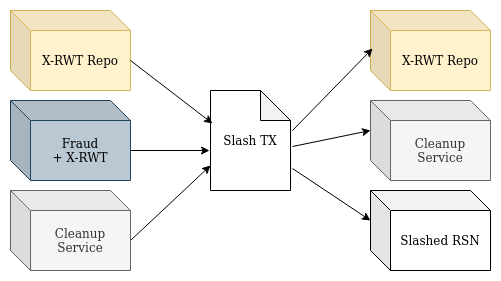
Before: images/Slash.png, a diagram exported from draw.io (rosen-bridge/contract). Source tidied: cells renumbered, new cells last; positions are measured from the earlier drawing's top-left corner, leaving out a move shared by most shapes. Source of this version:
```xml
<mxGraphModel>
  <root>
    <mxCell id="0" />
    <mxCell id="1" parent="0" />
    <mxCell id="2" value="&lt;div&gt;X-RWT Repo&lt;/div&gt;" style="shape=cube;whiteSpace=wrap;html=1;boundedLbl=1;backgroundOutline=1;darkOpacity=0.05;darkOpacity2=0.1;fillColor=#fff2cc;strokeColor=#d6b656;" parent="1" vertex="1">
      <mxGeometry width="120" height="80" as="geometry" />
    </mxCell>
    <mxCell id="3" value="&lt;div&gt;X-RWT Repo&lt;/div&gt;" style="shape=cube;whiteSpace=wrap;html=1;boundedLbl=1;backgroundOutline=1;darkOpacity=0.05;darkOpacity2=0.1;fillColor=#fff2cc;strokeColor=#d6b656;" parent="1" vertex="1">
      <mxGeometry x="360" width="120" height="80" as="geometry" />
    </mxCell>
    <mxCell id="4" value="Slash TX" style="shape=note;whiteSpace=wrap;html=1;backgroundOutline=1;darkOpacity=0.05;" parent="1" vertex="1">
      <mxGeometry x="200" y="80" width="80" height="100" as="geometry" />
    </mxCell>
    <mxCell id="5" style="endArrow=classic;html=1;rounded=0;exitX=0;exitY=0;exitDx=120;exitDy=50;exitPerimeter=0;entryX=0.025;entryY=0.33;entryDx=0;entryDy=0;entryPerimeter=0;" parent="1" edge="1" source="2" target="4">
      <mxGeometry relative="1" as="geometry" />
    </mxCell>
    <mxCell id="6" style="endArrow=classic;html=1;rounded=0;exitX=0;exitY=0;exitDx=120;exitDy=50;exitPerimeter=0;entryX=-0.012;entryY=0.6;entryDx=0;entryDy=0;entryPerimeter=0;" parent="1" edge="1" target="4">
      <mxGeometry relative="1" as="geometry">
        <mxPoint x="120" y="140" as="sourcePoint" />
      </mxGeometry>
    </mxCell>
    <mxCell id="7" style="endArrow=classic;html=1;rounded=0;exitX=0;exitY=0;exitDx=120;exitDy=50;exitPerimeter=0;entryX=0;entryY=0.75;entryDx=0;entryDy=0;entryPerimeter=0;" parent="1" edge="1" target="4">
      <mxGeometry relative="1" as="geometry">
        <mxPoint x="120" y="230" as="sourcePoint" />
      </mxGeometry>
    </mxCell>
    <mxCell id="8" style="endArrow=classic;html=1;rounded=0;exitX=1.025;exitY=0.4;exitDx=0;exitDy=0;exitPerimeter=0;entryX=0.017;entryY=0.475;entryDx=0;entryDy=0;entryPerimeter=0;" parent="1" edge="1" source="4" target="3">
      <mxGeometry relative="1" as="geometry" />
    </mxCell>
    <mxCell id="9" style="endArrow=classic;html=1;rounded=0;exitX=1.025;exitY=0.56;exitDx=0;exitDy=0;exitPerimeter=0;entryX=0;entryY=0;entryDx=0;entryDy=30;entryPerimeter=0;" parent="1" edge="1" source="4" target="11">
      <mxGeometry relative="1" as="geometry" />
    </mxCell>
    <mxCell id="10" value="&lt;div&gt;Cleanup Service&lt;br&gt;&lt;/div&gt;" style="shape=cube;whiteSpace=wrap;html=1;boundedLbl=1;backgroundOutline=1;darkOpacity=0.05;darkOpacity2=0.1;fillColor=#f5f5f5;strokeColor=#666666;fontColor=#333333;" parent="1" vertex="1">
      <mxGeometry y="180" width="120" height="80" as="geometry" />
    </mxCell>
    <mxCell id="11" value="&lt;div&gt;Cleanup Service&lt;br&gt;&lt;/div&gt;" style="shape=cube;whiteSpace=wrap;html=1;boundedLbl=1;backgroundOutline=1;darkOpacity=0.05;darkOpacity2=0.1;fillColor=#f5f5f5;strokeColor=#666666;fontColor=#333333;" parent="1" vertex="1">
      <mxGeometry x="360" y="90" width="120" height="80" as="geometry" />
    </mxCell>
    <mxCell id="12" value="&lt;div&gt;Fraud&lt;/div&gt;&lt;div&gt;+ X-RWT&lt;br&gt;&lt;/div&gt;" style="shape=cube;whiteSpace=wrap;html=1;boundedLbl=1;backgroundOutline=1;darkOpacity=0.05;darkOpacity2=0.1;fillColor=#bac8d3;strokeColor=#23445d;" parent="1" vertex="1">
      <mxGeometry y="90" width="120" height="80" as="geometry" />
    </mxCell>
    <mxCell id="13" value="&lt;div&gt;Slashed RSN&lt;br&gt;&lt;/div&gt;" style="shape=cube;whiteSpace=wrap;html=1;boundedLbl=1;backgroundOutline=1;darkOpacity=0.05;darkOpacity2=0.1;" parent="1" vertex="1">
      <mxGeometry x="360" y="180" width="120" height="80" as="geometry" />
    </mxCell>
    <mxCell id="14" style="endArrow=classic;html=1;rounded=0;exitX=1.025;exitY=0.78;exitDx=0;exitDy=0;exitPerimeter=0;entryX=0;entryY=0;entryDx=0;entryDy=30;entryPerimeter=0;" parent="1" edge="1" source="4" target="13">
      <mxGeometry relative="1" as="geometry" />
    </mxCell>
  </root>
</mxGraphModel>
```
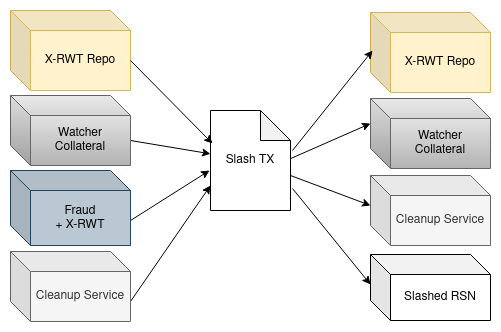
The same file after the commit.

The edit, as a diff of the source:
```diff
@@ -3,47 +3,55 @@
     <mxCell id="0" />
     <mxCell id="1" parent="0" />
     <mxCell id="2" value="&lt;div&gt;X-RWT Repo&lt;/div&gt;" style="shape=cube;whiteSpace=wrap;html=1;boundedLbl=1;backgroundOutline=1;darkOpacity=0.05;darkOpacity2=0.1;fillColor=#fff2cc;strokeColor=#d6b656;" parent="1" vertex="1">
-      <mxGeometry width="120" height="80" as="geometry" />
+      <mxGeometry y="-20" width="120" height="80" as="geometry" />
     </mxCell>
     <mxCell id="3" value="&lt;div&gt;X-RWT Repo&lt;/div&gt;" style="shape=cube;whiteSpace=wrap;html=1;boundedLbl=1;backgroundOutline=1;darkOpacity=0.05;darkOpacity2=0.1;fillColor=#fff2cc;strokeColor=#d6b656;" parent="1" vertex="1">
-      <mxGeometry x="360" width="120" height="80" as="geometry" />
+      <mxGeometry x="360" y="-18" width="120" height="80" as="geometry" />
     </mxCell>
-    <mxCell id="4" value="Slash TX" style="shape=note;whiteSpace=wrap;html=1;backgroundOutline=1;darkOpacity=0.05;" parent="1" vertex="1">
-      <mxGeometry x="200" y="80" width="80" height="100" as="geometry" />
+    <mxCell id="4" style="rounded=0;jettySize=auto;html=1;exitX=0.975;exitY=0.49;exitDx=0;exitDy=0;exitPerimeter=0;entryX=0;entryY=0;entryDx=0;entryDy=25;entryPerimeter=0;" parent="1" edge="1" source="5" target="18">
+      <mxGeometry relative="1" as="geometry" />
     </mxCell>
-    <mxCell id="5" style="endArrow=classic;html=1;rounded=0;exitX=0;exitY=0;exitDx=120;exitDy=50;exitPerimeter=0;entryX=0.025;entryY=0.33;entryDx=0;entryDy=0;entryPerimeter=0;" parent="1" edge="1" source="2" target="4">
-      <mxGeometry relative="1" as="geometry" />
+    <mxCell id="5" value="Slash TX" style="shape=note;whiteSpace=wrap;html=1;backgroundOutline=1;darkOpacity=0.05;" parent="1" vertex="1">
+      <mxGeometry x="200" y="80" width="80" height="100" as="geometry" />
     </mxCell>
-    <mxCell id="6" style="endArrow=classic;html=1;rounded=0;exitX=0;exitY=0;exitDx=120;exitDy=50;exitPerimeter=0;entryX=-0.012;entryY=0.6;entryDx=0;entryDy=0;entryPerimeter=0;" parent="1" edge="1" target="4">
-      <mxGeometry relative="1" as="geometry">
-        <mxPoint x="120" y="140" as="sourcePoint" />
-      </mxGeometry>
+    <mxCell id="6" style="endArrow=classic;html=1;rounded=0;exitX=0;exitY=0;exitDx=120;exitDy=50;exitPerimeter=0;entryX=0.025;entryY=0.33;entryDx=0;entryDy=0;entryPerimeter=0;" parent="1" edge="1" source="2" target="5">
+      <mxGeometry relative="1" as="geometry" />
     </mxCell>
-    <mxCell id="7" style="endArrow=classic;html=1;rounded=0;exitX=0;exitY=0;exitDx=120;exitDy=50;exitPerimeter=0;entryX=0;entryY=0.75;entryDx=0;entryDy=0;entryPerimeter=0;" parent="1" edge="1" target="4">
-      <mxGeometry relative="1" as="geometry">
-        <mxPoint x="120" y="230" as="sourcePoint" />
-      </mxGeometry>
+    <mxCell id="7" style="endArrow=classic;html=1;rounded=0;exitX=0;exitY=0;exitDx=120;exitDy=50;exitPerimeter=0;entryX=-0.012;entryY=0.6;entryDx=0;entryDy=0;entryPerimeter=0;" parent="1" edge="1" source="13" target="5">
+      <mxGeometry relative="1" as="geometry" />
     </mxCell>
-    <mxCell id="8" style="endArrow=classic;html=1;rounded=0;exitX=1.025;exitY=0.4;exitDx=0;exitDy=0;exitPerimeter=0;entryX=0.017;entryY=0.475;entryDx=0;entryDy=0;entryPerimeter=0;" parent="1" edge="1" source="4" target="3">
+    <mxCell id="8" style="endArrow=classic;html=1;rounded=0;exitX=0;exitY=0;exitDx=120;exitDy=50;exitPerimeter=0;entryX=0;entryY=0.75;entryDx=0;entryDy=0;entryPerimeter=0;" parent="1" edge="1" source="11" target="5">
       <mxGeometry relative="1" as="geometry" />
     </mxCell>
-    <mxCell id="9" style="endArrow=classic;html=1;rounded=0;exitX=1.025;exitY=0.56;exitDx=0;exitDy=0;exitPerimeter=0;entryX=0;entryY=0;entryDx=0;entryDy=30;entryPerimeter=0;" parent="1" edge="1" source="4" target="11">
+    <mxCell id="9" style="endArrow=classic;html=1;rounded=0;exitX=1.025;exitY=0.4;exitDx=0;exitDy=0;exitPerimeter=0;entryX=0.017;entryY=0.475;entryDx=0;entryDy=0;entryPerimeter=0;" parent="1" edge="1" source="5" target="3">
       <mxGeometry relative="1" as="geometry" />
     </mxCell>
-    <mxCell id="10" value="&lt;div&gt;Cleanup Service&lt;br&gt;&lt;/div&gt;" style="shape=cube;whiteSpace=wrap;html=1;boundedLbl=1;backgroundOutline=1;darkOpacity=0.05;darkOpacity2=0.1;fillColor=#f5f5f5;strokeColor=#666666;fontColor=#333333;" parent="1" vertex="1">
-      <mxGeometry y="180" width="120" height="80" as="geometry" />
+    <mxCell id="10" style="endArrow=classic;html=1;rounded=0;exitX=0;exitY=0;exitDx=80;exitDy=65;exitPerimeter=0;entryX=0;entryY=0;entryDx=0;entryDy=30;entryPerimeter=0;" parent="1" edge="1" source="5" target="12">
+      <mxGeometry relative="1" as="geometry" />
     </mxCell>
     <mxCell id="11" value="&lt;div&gt;Cleanup Service&lt;br&gt;&lt;/div&gt;" style="shape=cube;whiteSpace=wrap;html=1;boundedLbl=1;backgroundOutline=1;darkOpacity=0.05;darkOpacity2=0.1;fillColor=#f5f5f5;strokeColor=#666666;fontColor=#333333;" parent="1" vertex="1">
-      <mxGeometry x="360" y="90" width="120" height="80" as="geometry" />
+      <mxGeometry y="221" width="120" height="70" as="geometry" />
     </mxCell>
-    <mxCell id="12" value="&lt;div&gt;Fraud&lt;/div&gt;&lt;div&gt;+ X-RWT&lt;br&gt;&lt;/div&gt;" style="shape=cube;whiteSpace=wrap;html=1;boundedLbl=1;backgroundOutline=1;darkOpacity=0.05;darkOpacity2=0.1;fillColor=#bac8d3;strokeColor=#23445d;" parent="1" vertex="1">
-      <mxGeometry y="90" width="120" height="80" as="geometry" />
+    <mxCell id="12" value="&lt;div&gt;Cleanup Service&lt;br&gt;&lt;/div&gt;" style="shape=cube;whiteSpace=wrap;html=1;boundedLbl=1;backgroundOutline=1;darkOpacity=0.05;darkOpacity2=0.1;fillColor=#f5f5f5;strokeColor=#666666;fontColor=#333333;" parent="1" vertex="1">
+      <mxGeometry x="360" y="145" width="120" height="70" as="geometry" />
     </mxCell>
-    <mxCell id="13" value="&lt;div&gt;Slashed RSN&lt;br&gt;&lt;/div&gt;" style="shape=cube;whiteSpace=wrap;html=1;boundedLbl=1;backgroundOutline=1;darkOpacity=0.05;darkOpacity2=0.1;" parent="1" vertex="1">
-      <mxGeometry x="360" y="180" width="120" height="80" as="geometry" />
+    <mxCell id="13" value="&lt;div&gt;Fraud&lt;/div&gt;&lt;div&gt;+ X-RWT&lt;br&gt;&lt;/div&gt;" style="shape=cube;whiteSpace=wrap;html=1;boundedLbl=1;backgroundOutline=1;darkOpacity=0.05;darkOpacity2=0.1;fillColor=#bac8d3;strokeColor=#23445d;" parent="1" vertex="1">
+      <mxGeometry y="140" width="120" height="75" as="geometry" />
     </mxCell>
-    <mxCell id="14" style="endArrow=classic;html=1;rounded=0;exitX=1.025;exitY=0.78;exitDx=0;exitDy=0;exitPerimeter=0;entryX=0;entryY=0;entryDx=0;entryDy=30;entryPerimeter=0;" parent="1" edge="1" source="4" target="13">
-      <mxGeometry relative="1" as="geometry" />
+    <mxCell id="14" value="&lt;div&gt;Slashed RSN&lt;br&gt;&lt;/div&gt;" style="shape=cube;whiteSpace=wrap;html=1;boundedLbl=1;backgroundOutline=1;darkOpacity=0.05;darkOpacity2=0.1;" parent="1" vertex="1">
+      <mxGeometry x="360" y="224" width="120" height="66" as="geometry" />
     </mxCell>
+    <mxCell id="15" style="endArrow=classic;html=1;rounded=0;exitX=1.025;exitY=0.78;exitDx=0;exitDy=0;exitPerimeter=0;entryX=0;entryY=0;entryDx=0;entryDy=30;entryPerimeter=0;" parent="1" edge="1" source="5" target="14">
+      <mxGeometry relative="1" as="geometry" />
+    </mxCell>
+    <mxCell id="16" style="rounded=0;jettySize=auto;html=1;exitX=0;exitY=0;exitDx=120;exitDy=45;exitPerimeter=0;" parent="1" edge="1" source="17" target="5">
+      <mxGeometry relative="1" as="geometry" />
+    </mxCell>
+    <mxCell id="17" value="Watcher&lt;br&gt;Collateral" style="shape=cube;whiteSpace=wrap;html=1;boundedLbl=1;backgroundOutline=1;darkOpacity=0.05;darkOpacity2=0.1;fillColor=#f5f5f5;strokeColor=#666666;gradientColor=#b3b3b3;" parent="1" vertex="1">
+      <mxGeometry y="65" width="120" height="70" as="geometry" />
+    </mxCell>
+    <mxCell id="18" value="Watcher&lt;br&gt;Collateral" style="shape=cube;whiteSpace=wrap;html=1;boundedLbl=1;backgroundOutline=1;darkOpacity=0.05;darkOpacity2=0.1;fillColor=#f5f5f5;strokeColor=#666666;gradientColor=#b3b3b3;" parent="1" vertex="1">
+      <mxGeometry x="360" y="68" width="120" height="70" as="geometry" />
+    </mxCell>
   </root>
 </mxGraphModel>
```
